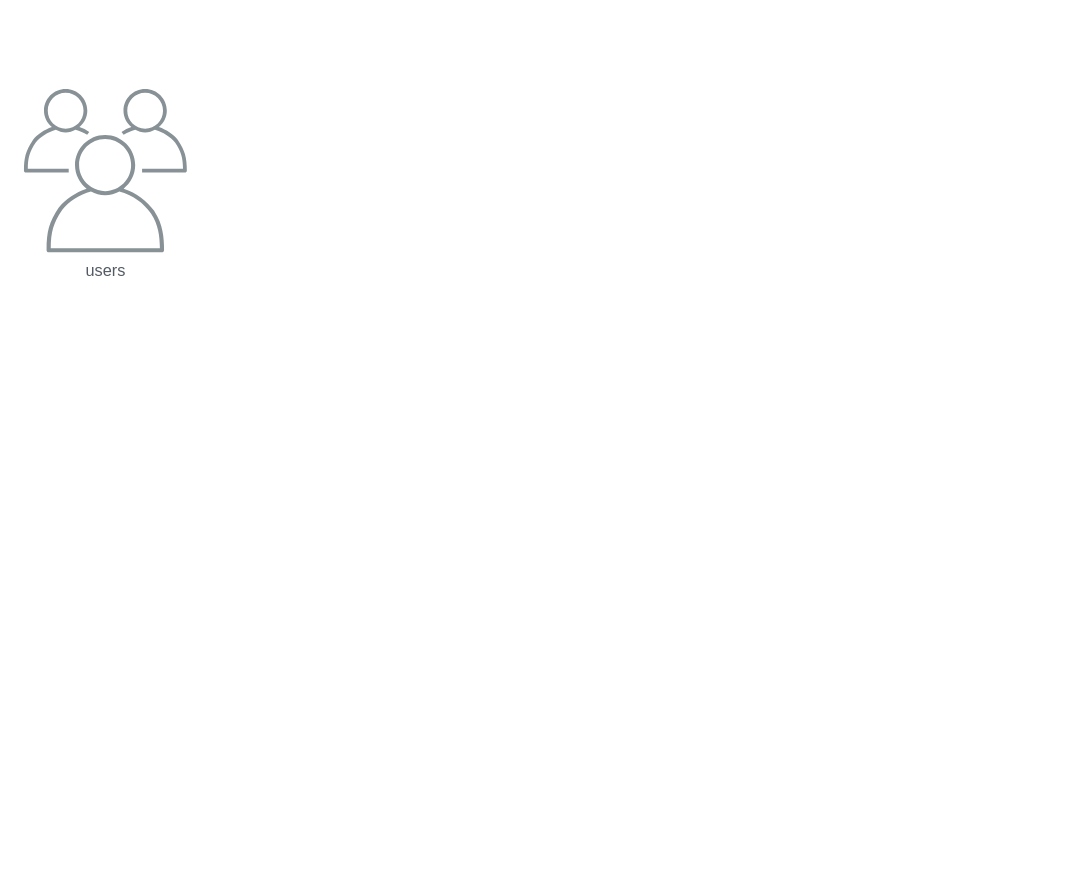
This is horizontalscale.drawio from hariharanpalani/Test, a draw.io file, before an edit. Source tidied: cells renumbered, new cells numbered last; positions are measured from the earlier drawing's top-left corner, leaving out a move shared by most shapes. Both pictures are drawn from the tidied source at 136%, with x=0, y=0 at pixel (23, 88).
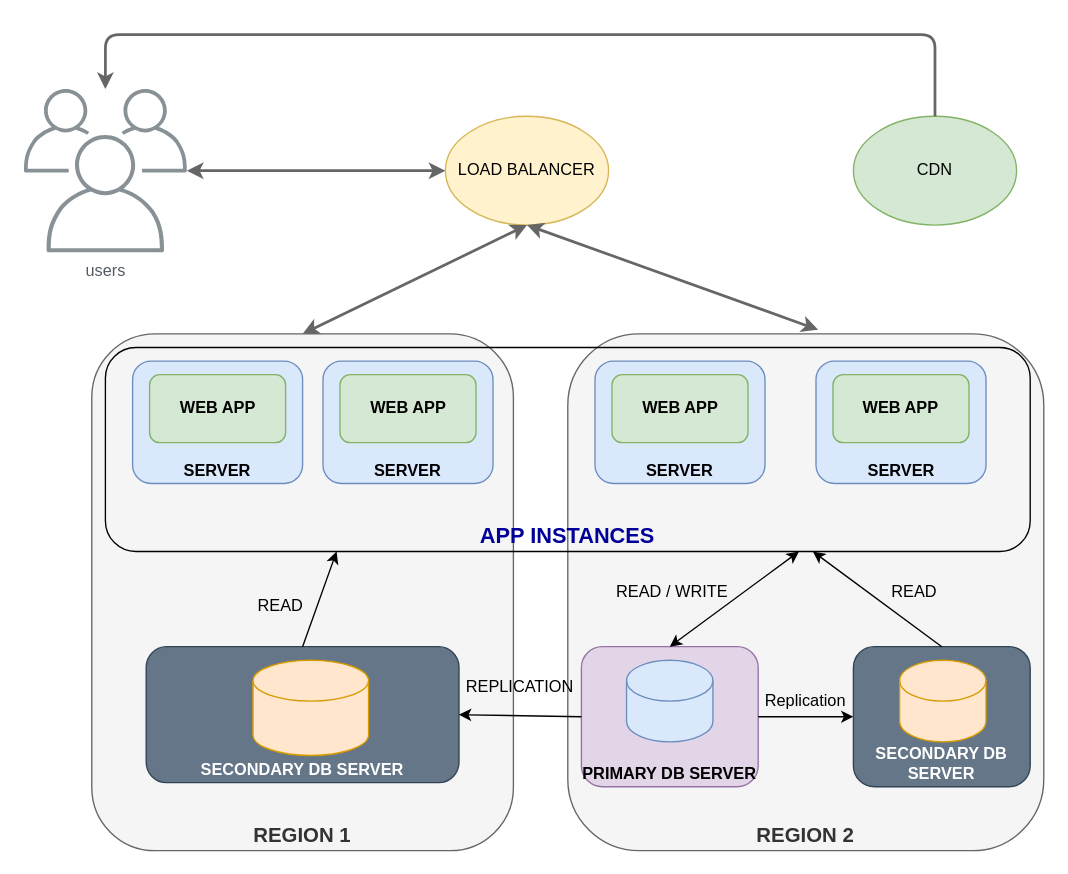
After the change.

Unchanged cells that the change refers to:
```xml
<mxCell id="2" value="users" style="outlineConnect=0;gradientColor=none;fontColor=#545B64;strokeColor=none;fillColor=#879196;dashed=0;verticalLabelPosition=bottom;verticalAlign=top;align=center;html=1;fontSize=12;fontStyle=0;shape=mxgraph.aws4.illustration_users;" parent="1" vertex="1">
  <mxGeometry width="120" height="120" as="geometry" />
</mxCell>
```

Change to the diagram source:
```diff
@@
+    <mxCell id="3" value="LOAD BALANCER" style="ellipse;whiteSpace=wrap;html=1;fillColor=#fff2cc;strokeColor=#d6b656;" parent="1" vertex="1">
+      <mxGeometry x="310" y="20" width="120" height="80" as="geometry" />
+    </mxCell>
+    <mxCell id="4" value="CDN" style="ellipse;whiteSpace=wrap;html=1;fillColor=#d5e8d4;strokeColor=#82b366;" parent="1" vertex="1">
+      <mxGeometry x="610" y="20" width="120" height="80" as="geometry" />
+    </mxCell>
+    <mxCell id="5" value="&lt;b&gt;&lt;font style=&quot;font-size: 15px&quot;&gt;REGION 1&lt;/font&gt;&lt;/b&gt;" style="rounded=1;whiteSpace=wrap;html=1;fillColor=#f5f5f5;strokeColor=#666666;fontColor=#333333;verticalAlign=bottom;" parent="1" vertex="1">
+      <mxGeometry x="50" y="180" width="310" height="380" as="geometry" />
+    </mxCell>
+    <mxCell id="6" value="&lt;font style=&quot;font-size: 15px&quot;&gt;&lt;b&gt;REGION 2&lt;/b&gt;&lt;/font&gt;" style="rounded=1;whiteSpace=wrap;html=1;fillColor=#f5f5f5;strokeColor=#666666;fontColor=#333333;verticalAlign=bottom;" parent="1" vertex="1">
+      <mxGeometry x="400" y="180" width="350" height="380" as="geometry" />
+    </mxCell>
+    <mxCell id="7" value="&lt;b&gt;&lt;font style=&quot;font-size: 16px&quot; color=&quot;#000099&quot;&gt;APP INSTANCES&lt;/font&gt;&lt;/b&gt;" style="rounded=1;whiteSpace=wrap;html=1;fillColor=none;verticalAlign=bottom;" parent="1" vertex="1">
+      <mxGeometry x="60" y="190" width="680" height="150" as="geometry" />
+    </mxCell>
+    <mxCell id="8" value="&lt;b&gt;SECONDARY DB SERVER&lt;/b&gt;" style="rounded=1;whiteSpace=wrap;html=1;fillColor=#647687;verticalAlign=bottom;strokeColor=#314354;fontColor=#ffffff;" parent="1" vertex="1">
+      <mxGeometry x="90" y="410" width="230" height="100" as="geometry" />
+    </mxCell>
+    <mxCell id="9" style="shape=cylinder3;whiteSpace=wrap;html=1;boundedLbl=1;backgroundOutline=1;size=15;fillColor=#ffe6cc;strokeColor=#d79b00;" parent="1" vertex="1">
+      <mxGeometry x="168.5" y="420" width="85" height="70" as="geometry" />
+    </mxCell>
+    <mxCell id="10" value="&lt;b&gt;SECONDARY DB SERVER&lt;/b&gt;" style="rounded=1;whiteSpace=wrap;html=1;fillColor=#647687;verticalAlign=bottom;strokeColor=#314354;fontColor=#ffffff;" parent="1" vertex="1">
+      <mxGeometry x="610" y="410" width="130" height="103" as="geometry" />
+    </mxCell>
+    <mxCell id="11" style="shape=cylinder3;whiteSpace=wrap;html=1;boundedLbl=1;backgroundOutline=1;size=15;fillColor=#ffe6cc;strokeColor=#d79b00;" parent="1" vertex="1">
+      <mxGeometry x="644" y="420" width="63.5" height="60" as="geometry" />
+    </mxCell>
+    <mxCell id="12" value="&lt;b&gt;PRIMARY DB SERVER&lt;/b&gt;" style="rounded=1;whiteSpace=wrap;html=1;fillColor=#e1d5e7;verticalAlign=bottom;strokeColor=#9673a6;" parent="1" vertex="1">
+      <mxGeometry x="410" y="410" width="130" height="103" as="geometry" />
+    </mxCell>
+    <mxCell id="13" style="shape=cylinder3;whiteSpace=wrap;html=1;boundedLbl=1;backgroundOutline=1;size=15;fillColor=#dae8fc;strokeColor=#6c8ebf;" parent="1" vertex="1">
+      <mxGeometry x="443.2" y="420" width="63.5" height="60" as="geometry" />
+    </mxCell>
+    <mxCell id="14" style="endArrow=classic;html=1;exitX=1;exitY=0.5;exitDx=0;exitDy=0;" parent="1" edge="1" source="12" target="10">
+      <mxGeometry relative="1" as="geometry" />
+    </mxCell>
+    <mxCell id="15" style="endArrow=classic;startArrow=classic;html=1;exitX=0.5;exitY=0;exitDx=0;exitDy=0;entryX=0.75;entryY=1;entryDx=0;entryDy=0;" parent="1" edge="1" source="12" target="7">
+      <mxGeometry relative="1" as="geometry" />
+    </mxCell>
+    <mxCell id="16" style="endArrow=classic;html=1;exitX=0.5;exitY=0;exitDx=0;exitDy=0;entryX=0.765;entryY=1;entryDx=0;entryDy=0;entryPerimeter=0;" parent="1" edge="1" source="10" target="7">
+      <mxGeometry relative="1" as="geometry" />
+    </mxCell>
+    <mxCell id="17" value="Replication" style="text;html=1;strokeColor=none;fillColor=none;align=center;verticalAlign=middle;whiteSpace=wrap;rounded=0;" parent="1" vertex="1">
+      <mxGeometry x="555" y="440" width="40" height="20" as="geometry" />
+    </mxCell>
+    <mxCell id="18" value="READ / WRITE" style="text;html=1;strokeColor=none;fillColor=none;align=center;verticalAlign=middle;whiteSpace=wrap;rounded=0;" parent="1" vertex="1">
+      <mxGeometry x="432.5" y="360" width="88" height="20" as="geometry" />
+    </mxCell>
+    <mxCell id="19" value="READ" style="text;html=1;strokeColor=none;fillColor=none;align=center;verticalAlign=middle;whiteSpace=wrap;rounded=0;" parent="1" vertex="1">
+      <mxGeometry x="635" y="360" width="40" height="20" as="geometry" />
+    </mxCell>
+    <mxCell id="20" style="endArrow=classic;html=1;exitX=0;exitY=0.5;exitDx=0;exitDy=0;entryX=1;entryY=0.5;entryDx=0;entryDy=0;" parent="1" edge="1" source="12" target="8">
+      <mxGeometry relative="1" as="geometry" />
+    </mxCell>
+    <mxCell id="21" value="REPLICATION" style="text;html=1;strokeColor=none;fillColor=none;align=center;verticalAlign=middle;whiteSpace=wrap;rounded=0;" parent="1" vertex="1">
+      <mxGeometry x="345" y="430" width="40" height="20" as="geometry" />
+    </mxCell>
+    <mxCell id="22" style="endArrow=classic;html=1;exitX=0.5;exitY=0;exitDx=0;exitDy=0;entryX=0.25;entryY=1;entryDx=0;entryDy=0;" parent="1" edge="1" source="8" target="7">
+      <mxGeometry relative="1" as="geometry" />
+    </mxCell>
+    <mxCell id="23" value="READ" style="text;html=1;strokeColor=none;fillColor=none;align=center;verticalAlign=middle;whiteSpace=wrap;rounded=0;" parent="1" vertex="1">
+      <mxGeometry x="168.5" y="370" width="40" height="20" as="geometry" />
+    </mxCell>
+    <mxCell id="24" value="&lt;b&gt;SERVER&lt;/b&gt;" style="rounded=1;whiteSpace=wrap;html=1;fillColor=#dae8fc;verticalAlign=bottom;strokeColor=#6c8ebf;" parent="1" vertex="1">
+      <mxGeometry x="80" y="200" width="125" height="90" as="geometry" />
+    </mxCell>
+    <mxCell id="25" value="&lt;b&gt;WEB APP&lt;/b&gt;" style="rounded=1;whiteSpace=wrap;html=1;fillColor=#d5e8d4;strokeColor=#82b366;" parent="1" vertex="1">
+      <mxGeometry x="92.5" y="210" width="100" height="50" as="geometry" />
+    </mxCell>
+    <mxCell id="26" value="&lt;b&gt;SERVER&lt;/b&gt;" style="rounded=1;whiteSpace=wrap;html=1;fillColor=#dae8fc;verticalAlign=bottom;strokeColor=#6c8ebf;" parent="1" vertex="1">
+      <mxGeometry x="220" y="200" width="125" height="90" as="geometry" />
+    </mxCell>
+    <mxCell id="27" value="&lt;b&gt;WEB APP&lt;/b&gt;" style="rounded=1;whiteSpace=wrap;html=1;fillColor=#d5e8d4;strokeColor=#82b366;" parent="1" vertex="1">
+      <mxGeometry x="232.5" y="210" width="100" height="50" as="geometry" />
+    </mxCell>
+    <mxCell id="28" value="&lt;b&gt;SERVER&lt;/b&gt;" style="rounded=1;whiteSpace=wrap;html=1;fillColor=#dae8fc;verticalAlign=bottom;strokeColor=#6c8ebf;" parent="1" vertex="1">
+      <mxGeometry x="420" y="200" width="125" height="90" as="geometry" />
+    </mxCell>
+    <mxCell id="29" value="&lt;b&gt;WEB APP&lt;/b&gt;" style="rounded=1;whiteSpace=wrap;html=1;fillColor=#d5e8d4;strokeColor=#82b366;" parent="1" vertex="1">
+      <mxGeometry x="432.5" y="210" width="100" height="50" as="geometry" />
+    </mxCell>
+    <mxCell id="30" value="&lt;b&gt;SERVER&lt;/b&gt;" style="rounded=1;whiteSpace=wrap;html=1;fillColor=#dae8fc;verticalAlign=bottom;strokeColor=#6c8ebf;" parent="1" vertex="1">
+      <mxGeometry x="582.5" y="200" width="125" height="90" as="geometry" />
+    </mxCell>
+    <mxCell id="31" value="&lt;b&gt;WEB APP&lt;/b&gt;" style="rounded=1;whiteSpace=wrap;html=1;fillColor=#d5e8d4;strokeColor=#82b366;" parent="1" vertex="1">
+      <mxGeometry x="595" y="210" width="100" height="50" as="geometry" />
+    </mxCell>
+    <mxCell id="32" style="endArrow=classic;startArrow=classic;html=1;entryX=0;entryY=0.5;entryDx=0;entryDy=0;strokeWidth=2;fillColor=#f5f5f5;strokeColor=#666666;" parent="1" edge="1" source="2" target="3">
+      <mxGeometry relative="1" as="geometry" />
+    </mxCell>
+    <mxCell id="33" style="endArrow=classic;html=1;strokeWidth=2;exitX=0.5;exitY=0;exitDx=0;exitDy=0;fillColor=#f5f5f5;strokeColor=#666666;" parent="1" edge="1" source="4" target="2">
+      <mxGeometry relative="1" as="geometry">
+        <Array as="points">
+          <mxPoint x="670" y="-40" />
+          <mxPoint x="60" y="-40" />
+        </Array>
+      </mxGeometry>
+    </mxCell>
+    <mxCell id="34" style="endArrow=classic;startArrow=classic;html=1;strokeWidth=2;exitX=0.5;exitY=0;exitDx=0;exitDy=0;entryX=0.5;entryY=1;entryDx=0;entryDy=0;fillColor=#f5f5f5;strokeColor=#666666;" parent="1" edge="1" source="5" target="3">
+      <mxGeometry relative="1" as="geometry" />
+    </mxCell>
+    <mxCell id="35" style="endArrow=classic;startArrow=classic;html=1;strokeWidth=2;exitX=0.526;exitY=-0.008;exitDx=0;exitDy=0;entryX=0.5;entryY=1;entryDx=0;entryDy=0;fillColor=#f5f5f5;strokeColor=#666666;exitPerimeter=0;" parent="1" edge="1" source="6" target="3">
+      <mxGeometry relative="1" as="geometry" />
+    </mxCell>
```
